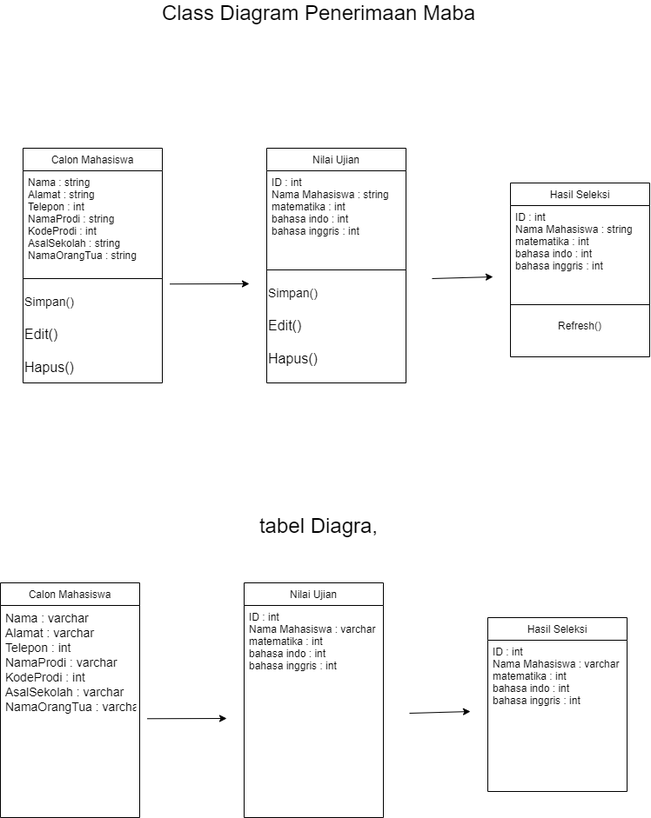
Earlier version of the draw.io export Class_Diagram_penerimaanMaba.drawio.png (fuadart/Belajar-git). Source tidied: cells renumbered, new cells last; positions are measured from the earlier drawing's top-left corner, leaving out a move shared by most shapes.
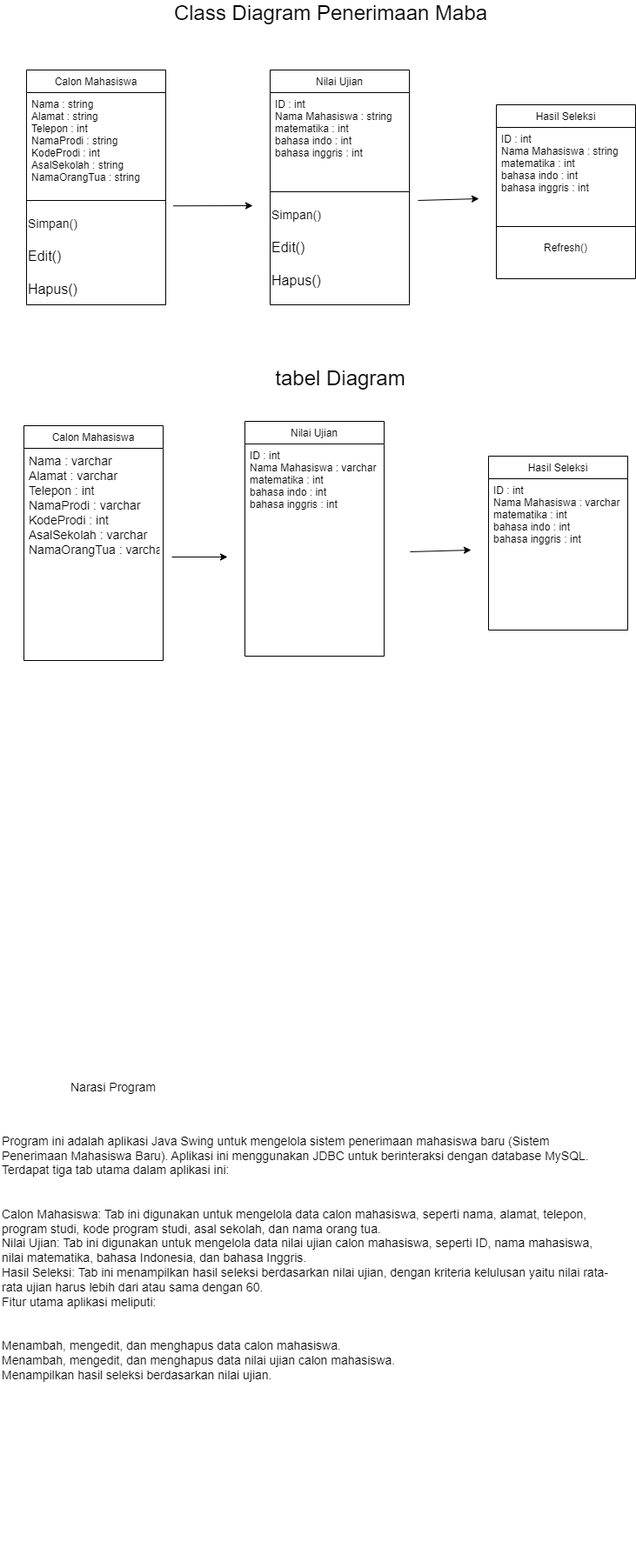
Above is the later version.

Change to the diagram source:
```diff
@@ -3,7 +3,7 @@
     <mxCell id="0" />
     <mxCell id="1" parent="0" />
     <mxCell id="2" value="Calon Mahasiswa" style="swimlane;fontStyle=0;align=center;verticalAlign=top;horizontal=1;startSize=26;rounded=0;shadow=0;strokeWidth=1;" parent="1" vertex="1">
-      <mxGeometry x="26" y="170" width="160" height="270" as="geometry" />
+      <mxGeometry x="16" y="80" width="160" height="270" as="geometry" />
     </mxCell>
     <mxCell id="3" value="Nama : string&#10;Alamat : string&#10;Telepon : int&#10;NamaProdi : string&#10;KodeProdi : int&#10;AsalSekolah : string&#10;NamaOrangTua : string" style="text;align=left;verticalAlign=top;spacingLeft=4;spacingRight=4;overflow=hidden;" parent="2" vertex="1">
       <mxGeometry y="26" width="160" height="114" as="geometry" />
@@ -15,7 +15,7 @@
       <mxGeometry y="160" width="160" height="110" as="geometry" />
     </mxCell>
     <mxCell id="6" value="Nilai Ujian" style="swimlane;fontStyle=0;align=center;verticalAlign=top;horizontal=1;startSize=26;rounded=0;shadow=0;strokeWidth=1;" parent="1" vertex="1">
-      <mxGeometry x="306" y="170" width="160" height="270" as="geometry" />
+      <mxGeometry x="296" y="80" width="160" height="270" as="geometry" />
     </mxCell>
     <mxCell id="7" value="ID : int&#10;Nama Mahasiswa : string&#10;matematika : int&#10;bahasa indo : int&#10;bahasa inggris : int" style="text;align=left;verticalAlign=top;spacingLeft=4;spacingRight=4;overflow=hidden;" parent="6" vertex="1">
       <mxGeometry y="26" width="160" height="104" as="geometry" />
@@ -27,7 +27,7 @@
       <mxGeometry y="150" width="160" height="110" as="geometry" />
     </mxCell>
     <mxCell id="10" value="Hasil Seleksi" style="swimlane;fontStyle=0;align=center;verticalAlign=top;horizontal=1;startSize=26;rounded=0;shadow=0;strokeWidth=1;" parent="1" vertex="1">
-      <mxGeometry x="586" y="210" width="160" height="200" as="geometry" />
+      <mxGeometry x="556" y="120" width="160" height="200" as="geometry" />
     </mxCell>
     <mxCell id="11" value="ID : int&#10;Nama Mahasiswa : string&#10;matematika : int&#10;bahasa indo : int&#10;bahasa inggris : int" style="text;align=left;verticalAlign=top;spacingLeft=4;spacingRight=4;overflow=hidden;" parent="10" vertex="1">
       <mxGeometry y="26" width="160" height="104" as="geometry" />
@@ -40,50 +40,62 @@
     </mxCell>
     <mxCell id="14" style="endArrow=classic;html=1;rounded=0;exitX=1.055;exitY=-0.034;exitDx=0;exitDy=0;exitPerimeter=0;" parent="1" edge="1" source="5">
       <mxGeometry relative="1" as="geometry">
-        <mxPoint x="286" y="326" as="targetPoint" />
+        <mxPoint x="276" y="236" as="targetPoint" />
       </mxGeometry>
     </mxCell>
     <mxCell id="15" style="endArrow=classic;html=1;rounded=0;" parent="1" edge="1">
       <mxGeometry relative="1" as="geometry">
-        <mxPoint x="496" y="320" as="sourcePoint" />
-        <mxPoint x="566" y="318" as="targetPoint" />
+        <mxPoint x="466" y="230" as="sourcePoint" />
+        <mxPoint x="536" y="228" as="targetPoint" />
       </mxGeometry>
     </mxCell>
     <mxCell id="16" value="&lt;font style=&quot;font-size: 24px;&quot;&gt;Class Diagram Penerimaan Maba&lt;/font&gt;" style="text;html=1;align=center;verticalAlign=middle;whiteSpace=wrap;rounded=0;" parent="1" vertex="1">
       <mxGeometry x="126" width="480" height="30" as="geometry" />
     </mxCell>
     <mxCell id="17" value="Calon Mahasiswa" style="swimlane;fontStyle=0;align=center;verticalAlign=top;horizontal=1;startSize=26;rounded=0;shadow=0;strokeWidth=1;" parent="1" vertex="1">
-      <mxGeometry y="670" width="160" height="270" as="geometry" />
+      <mxGeometry x="13" y="489" width="160" height="270" as="geometry" />
     </mxCell>
     <mxCell id="18" value="Nama : varchar&#10;Alamat : varchar&#10;Telepon : int&#10;NamaProdi : varchar&#10;KodeProdi : int&#10;AsalSekolah : varchar&#10;NamaOrangTua : varchar" style="text;align=left;verticalAlign=top;spacingLeft=4;spacingRight=4;overflow=hidden;fontSize=14;" parent="17" vertex="1">
       <mxGeometry y="26" width="160" height="234" as="geometry" />
     </mxCell>
     <mxCell id="19" value="Nilai Ujian" style="swimlane;fontStyle=0;align=center;verticalAlign=top;horizontal=1;startSize=26;rounded=0;shadow=0;strokeWidth=1;" parent="1" vertex="1">
-      <mxGeometry x="280" y="670" width="160" height="270" as="geometry" />
+      <mxGeometry x="267" y="484" width="160" height="270" as="geometry" />
     </mxCell>
     <mxCell id="20" value="ID : int&#10;Nama Mahasiswa : varchar&#10;matematika : int&#10;bahasa indo : int&#10;bahasa inggris : int" style="text;align=left;verticalAlign=top;spacingLeft=4;spacingRight=4;overflow=hidden;" parent="19" vertex="1">
       <mxGeometry y="26" width="160" height="104" as="geometry" />
     </mxCell>
     <mxCell id="21" value="Hasil Seleksi" style="swimlane;fontStyle=0;align=center;verticalAlign=top;horizontal=1;startSize=26;rounded=0;shadow=0;strokeWidth=1;" parent="1" vertex="1">
-      <mxGeometry x="560" y="710" width="160" height="200" as="geometry" />
+      <mxGeometry x="547" y="524" width="160" height="200" as="geometry" />
     </mxCell>
     <mxCell id="22" value="ID : int&#10;Nama Mahasiswa : varchar&#10;matematika : int&#10;bahasa indo : int&#10;bahasa inggris : int" style="text;align=left;verticalAlign=top;spacingLeft=4;spacingRight=4;overflow=hidden;" parent="21" vertex="1">
       <mxGeometry y="26" width="160" height="104" as="geometry" />
     </mxCell>
-    <mxCell id="23" style="endArrow=classic;html=1;rounded=0;exitX=1.055;exitY=-0.034;exitDx=0;exitDy=0;exitPerimeter=0;" parent="1" edge="1">
+    <mxCell id="23" style="endArrow=classic;html=1;rounded=0;" parent="1" edge="1">
       <mxGeometry relative="1" as="geometry">
-        <mxPoint x="168.8" y="826.3" as="sourcePoint" />
-        <mxPoint x="260" y="826" as="targetPoint" />
+        <mxPoint x="183" y="640" as="sourcePoint" />
+        <mxPoint x="247" y="640" as="targetPoint" />
       </mxGeometry>
     </mxCell>
     <mxCell id="24" style="endArrow=classic;html=1;rounded=0;" parent="1" edge="1">
       <mxGeometry relative="1" as="geometry">
-        <mxPoint x="470" y="820" as="sourcePoint" />
-        <mxPoint x="540" y="818" as="targetPoint" />
+        <mxPoint x="457" y="634" as="sourcePoint" />
+        <mxPoint x="527" y="632" as="targetPoint" />
       </mxGeometry>
     </mxCell>
-    <mxCell id="25" value="&lt;font style=&quot;font-size: 24px;&quot;&gt;tabel Diagra,&lt;/font&gt;" style="text;html=1;align=center;verticalAlign=middle;whiteSpace=wrap;rounded=0;" parent="1" vertex="1">
-      <mxGeometry x="276" y="590" width="180" height="30" as="geometry" />
+    <mxCell id="25" value="&lt;font style=&quot;font-size: 24px;&quot;&gt;tabel Diagram&lt;/font&gt;" style="text;html=1;align=center;verticalAlign=middle;whiteSpace=wrap;rounded=0;" parent="1" vertex="1">
+      <mxGeometry x="287" y="420" width="180" height="30" as="geometry" />
     </mxCell>
+    <mxCell id="26" value="&lt;h1 style=&quot;margin-top: 0px;&quot;&gt;&lt;br&gt;&lt;/h1&gt;" style="text;html=1;whiteSpace=wrap;overflow=hidden;rounded=0;" parent="1" vertex="1">
+      <mxGeometry x="126" y="900" width="180" height="120" as="geometry" />
+    </mxCell>
+    <mxCell id="27" value="&lt;h1 style=&quot;margin-top: 0px;&quot;&gt;&lt;br&gt;&lt;/h1&gt;" style="text;html=1;whiteSpace=wrap;overflow=hidden;rounded=0;" parent="1" vertex="1">
+      <mxGeometry x="66" y="860" width="180" height="120" as="geometry" />
+    </mxCell>
+    <mxCell id="28" value="&lt;div&gt;&lt;font style=&quot;font-size: 14px;&quot;&gt;&lt;br&gt;&lt;/font&gt;&lt;/div&gt;&lt;font style=&quot;font-size: 14px;&quot;&gt;Program ini adalah aplikasi Java Swing untuk mengelola sistem penerimaan mahasiswa baru (Sistem Penerimaan Mahasiswa Baru). Aplikasi ini menggunakan JDBC untuk berinteraksi dengan database MySQL. Terdapat tiga tab utama dalam aplikasi ini:&lt;br&gt;&lt;br&gt;&lt;br&gt;Calon Mahasiswa: Tab ini digunakan untuk mengelola data calon mahasiswa, seperti nama, alamat, telepon, program studi, kode program studi, asal sekolah, dan nama orang tua.&lt;br&gt;Nilai Ujian: Tab ini digunakan untuk mengelola data nilai ujian calon mahasiswa, seperti ID, nama mahasiswa, nilai matematika, bahasa Indonesia, dan bahasa Inggris.&lt;br&gt;Hasil Seleksi: Tab ini menampilkan hasil seleksi berdasarkan nilai ujian, dengan kriteria kelulusan yaitu nilai rata-rata ujian harus lebih dari atau sama dengan 60.&lt;br&gt;Fitur utama aplikasi meliputi:&lt;br&gt;&lt;br&gt;&lt;br&gt;Menambah, mengedit, dan menghapus data calon mahasiswa.&lt;br&gt;Menambah, mengedit, dan menghapus data nilai ujian calon mahasiswa.&lt;br&gt;Menampilkan hasil seleksi berdasarkan nilai ujian.&lt;/font&gt;" style="text;html=1;whiteSpace=wrap;overflow=hidden;rounded=0;" parent="1" vertex="1">
+      <mxGeometry x="-14" y="1280" width="700" height="520" as="geometry" />
+    </mxCell>
+    <mxCell id="29" value="&lt;font style=&quot;font-size: 14px;&quot;&gt;Narasi Program&lt;/font&gt;" style="text;html=1;align=center;verticalAlign=middle;whiteSpace=wrap;rounded=0;" parent="1" vertex="1">
+      <mxGeometry x="-4" y="1220" width="240" height="60" as="geometry" />
+    </mxCell>
   </root>
 </mxGraphModel>
```
